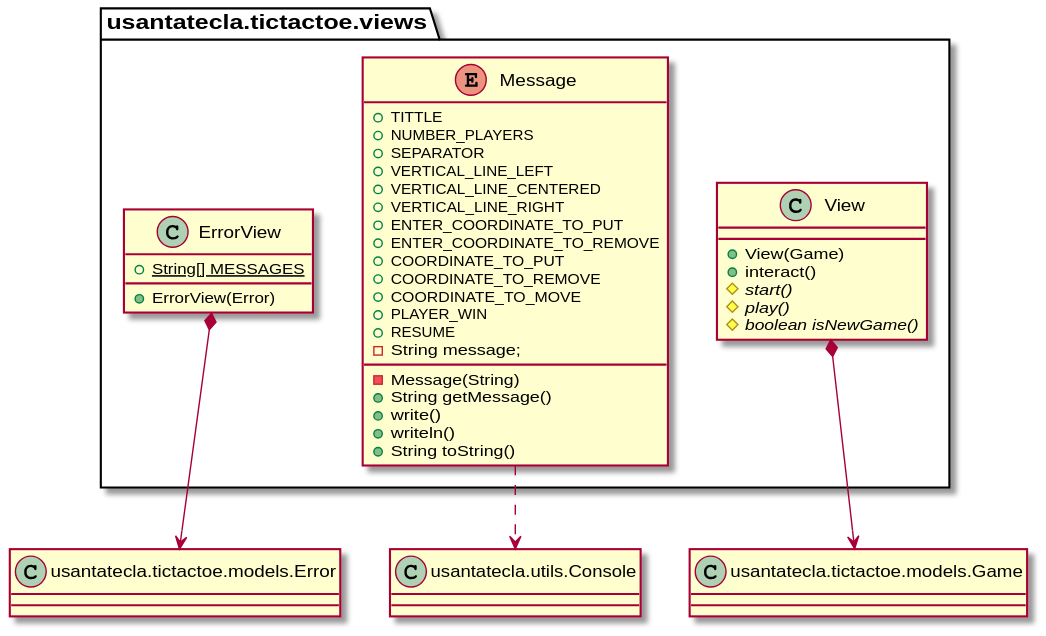
Above: documentView/withFactoryMethod/docs/diagrams/out/paquetes/tictactoe.views.svg in Jolucaa/USantaTecla-project-ticTacToe (PlantUML), before the change.
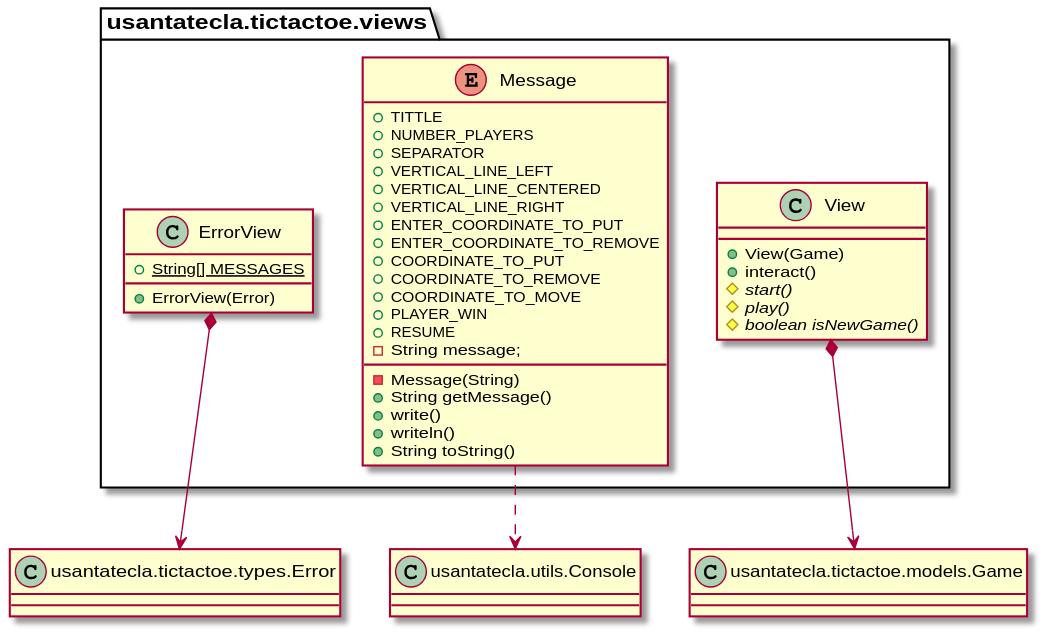
The same diagram one commit later.

Diff of the diagram source:
```diff
@@ -43,7 +43,7 @@
 
 class Game as "usantatecla.tictactoe.models.Game"
 class Console as "usantatecla.utils.Console"
-class Error as "usantatecla.tictactoe.models.Error"
+class Error as "usantatecla.tictactoe.types.Error"
 
 usantatecla.tictactoe.views.ErrorView *--> Error
 usantatecla.tictactoe.views.View *--> Game
```
